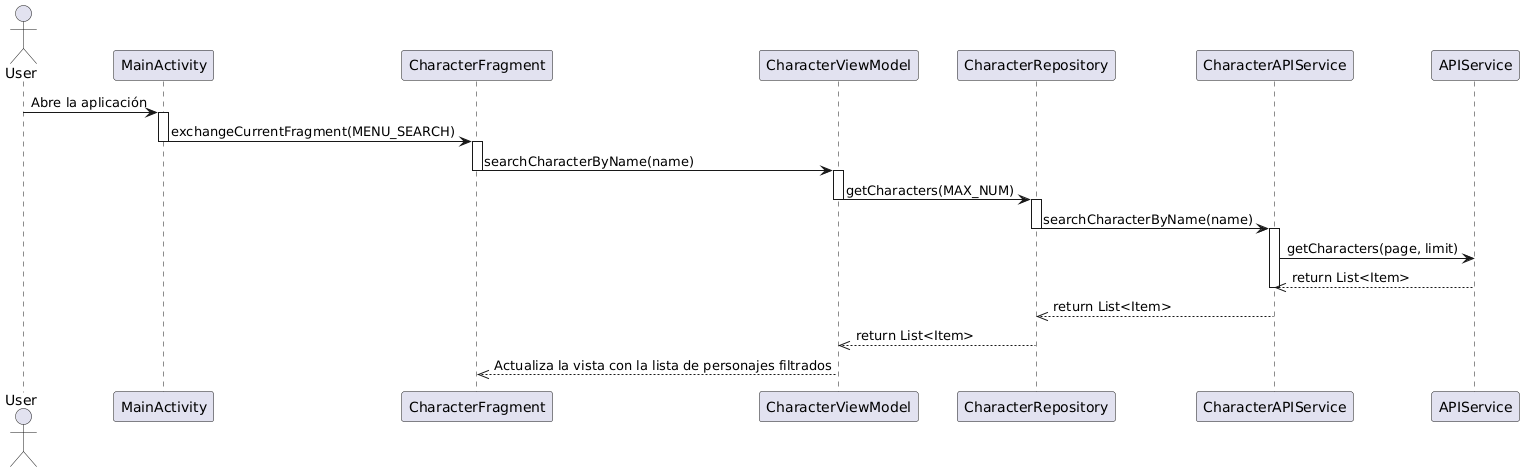
Before: Diagramas de Secuencia/Diagrama_BuscarPersonajes.png, a diagram exported from PlantUML (AndreaMedinaRico/ExamenMoviles0710). Its diagram source:
```plantuml
@startuml
Actor User
Participant MainActivity
Participant CharacterFragment
Participant CharacterViewModel
Participant CharacterRepository
Participant CharacterAPIService

User -> MainActivity: Abre la aplicación
Activate MainActivity
MainActivity -> CharacterFragment: exchangeCurrentFragment(MENU_SEARCH)
Deactivate MainActivity

Activate CharacterFragment
CharacterFragment -> CharacterViewModel: searchCharacterByName(name)
Deactivate CharacterFragment

Activate CharacterViewModel
CharacterViewModel -> CharacterRepository: getCharacters(MAX_NUM)
Deactivate CharacterViewModel

Activate CharacterRepository
CharacterRepository -> CharacterAPIService: searchCharacterByName(name)
Deactivate CharacterRepository

Activate CharacterAPIService
CharacterAPIService -> APIService: getCharacters(page, limit)
APIService -->> CharacterAPIService: return List<Item>
Deactivate CharacterAPIService

CharacterAPIService -->> CharacterRepository: return List<Item>
CharacterRepository -->> CharacterViewModel: return List<Item>
Deactivate CharacterRepository

CharacterViewModel -->> CharacterFragment: Actualiza la vista con la lista de personajes filtrados
Deactivate CharacterViewModel
@enduml
```
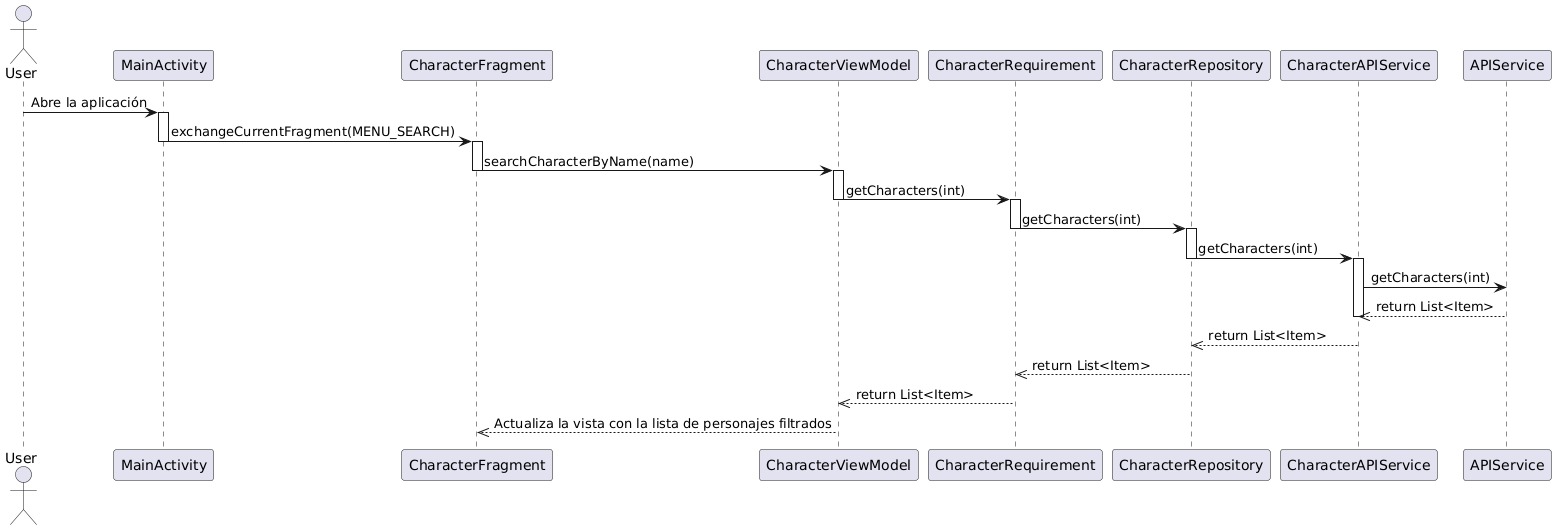
The same diagram one commit later.

Commit message:
docs(): actualizacion de diagramas de secuencia

What changed in the source:
```diff
@@ -3,6 +3,7 @@
 Participant MainActivity
 Participant CharacterFragment
 Participant CharacterViewModel
+Participant CharacterRequirement
 Participant CharacterRepository
 Participant CharacterAPIService
 
@@ -16,21 +17,28 @@
 Deactivate CharacterFragment
 
 Activate CharacterViewModel
-CharacterViewModel -> CharacterRepository: getCharacters(MAX_NUM)
+CharacterViewModel -> CharacterRequirement: getCharacters(int)
 Deactivate CharacterViewModel
 
+Activate CharacterRequirement
+CharacterRequirement -> CharacterRepository: getCharacters(int)
+Deactivate CharacterRequirement
+
 Activate CharacterRepository
-CharacterRepository -> CharacterAPIService: searchCharacterByName(name)
+CharacterRepository -> CharacterAPIService: getCharacters(int)
 Deactivate CharacterRepository
 
 Activate CharacterAPIService
-CharacterAPIService -> APIService: getCharacters(page, limit)
+CharacterAPIService -> APIService: getCharacters(int)
 APIService -->> CharacterAPIService: return List<Item>
 Deactivate CharacterAPIService
 
 CharacterAPIService -->> CharacterRepository: return List<Item>
-CharacterRepository -->> CharacterViewModel: return List<Item>
+CharacterRepository -->> CharacterRequirement: return List<Item>
 Deactivate CharacterRepository
+
+CharacterRequirement -->> CharacterViewModel: return List<Item>
+Deactivate CharacterRequirement
 
 CharacterViewModel -->> CharacterFragment: Actualiza la vista con la lista de personajes filtrados
 Deactivate CharacterViewModel
```
